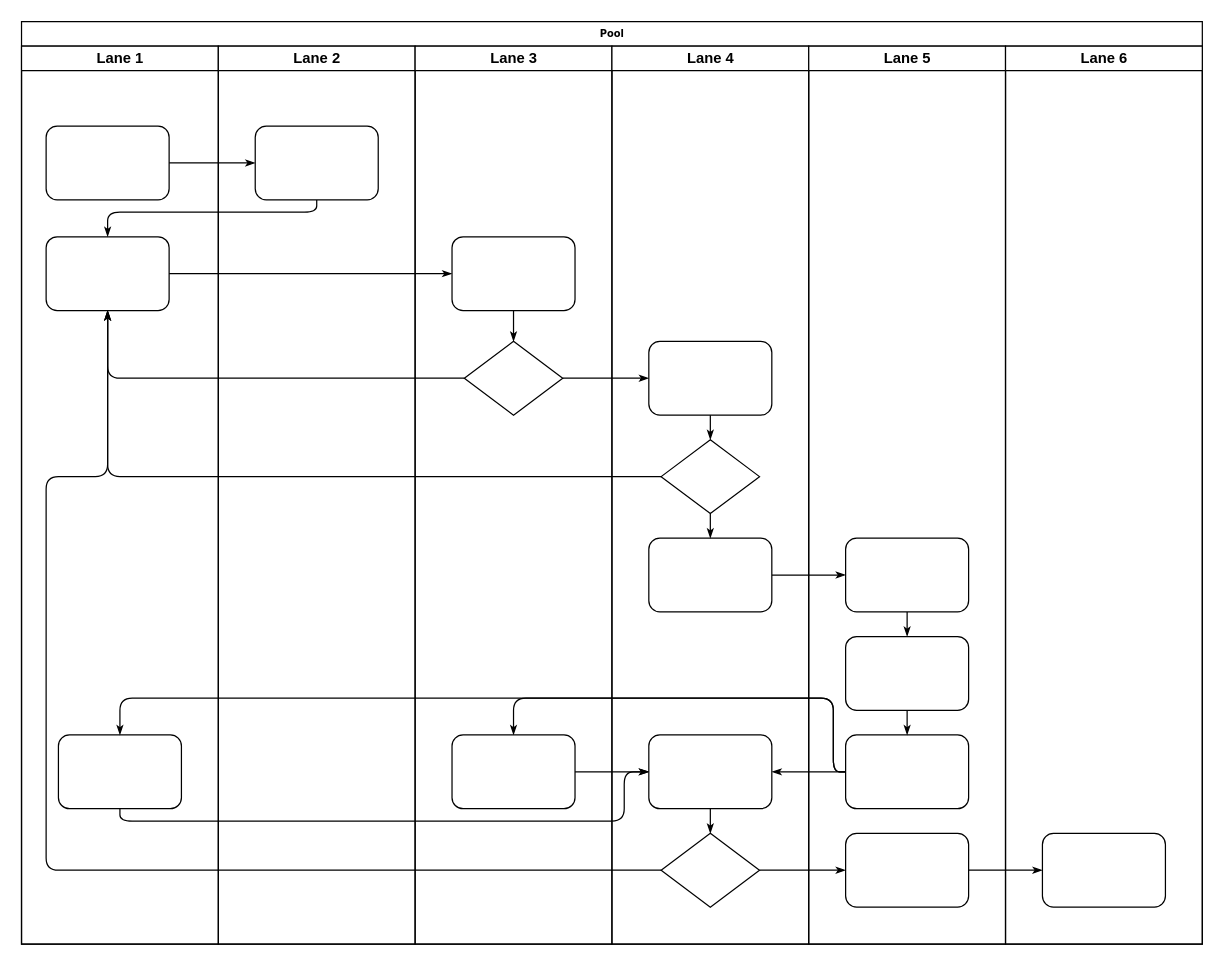
Above: Untitled Diagram.drawio in YJN0331/cocktail-recipe-moa (draw.io), before the change. Source tidied: cells renumbered, new cells numbered last; positions are measured from the earlier drawing's top-left corner, leaving out a move shared by most shapes. Both pictures are drawn from the tidied source at 123%, with x=0, y=0 at pixel (21, 21).
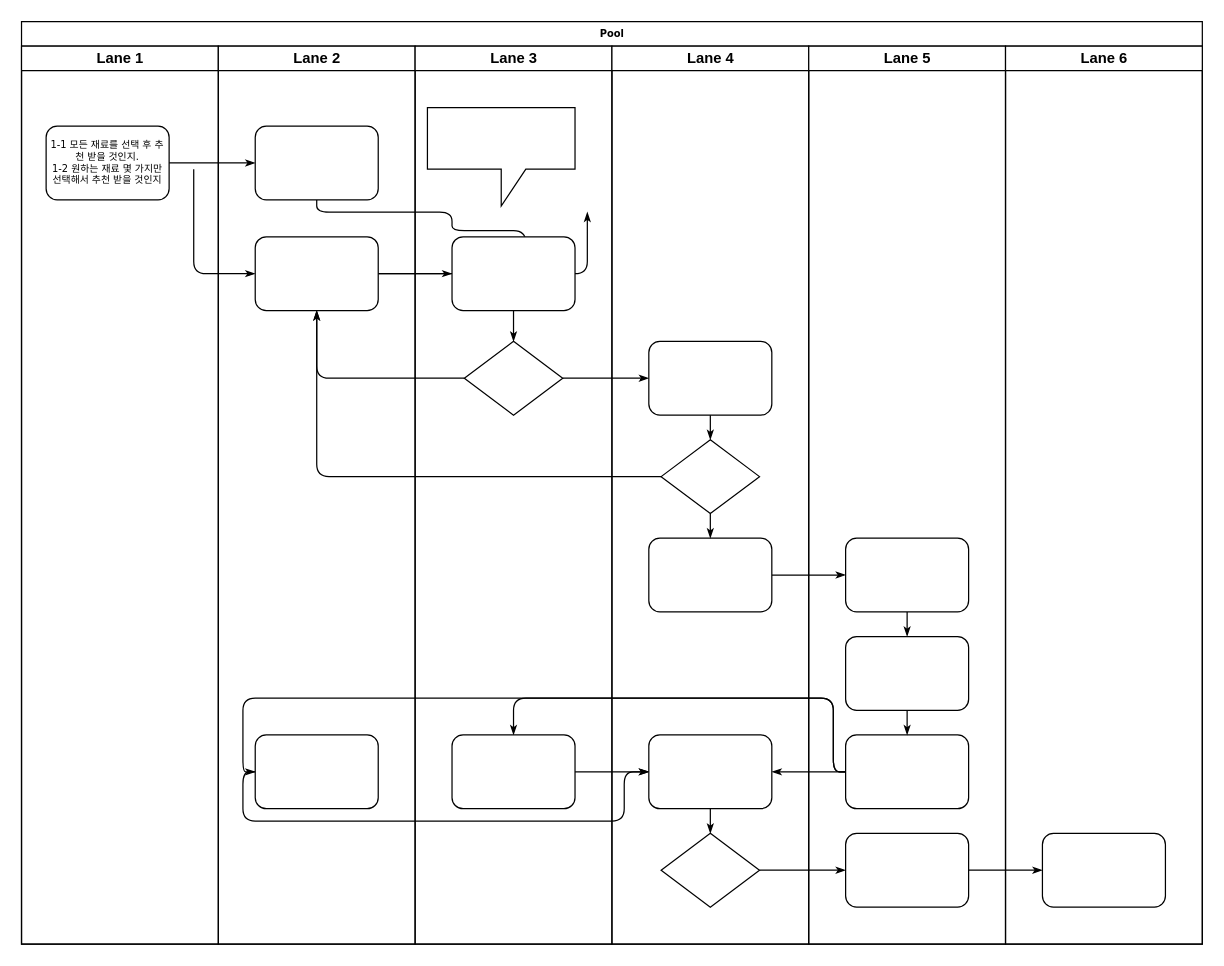
After the change.

The change refers to these unchanged cells:
```xml
<mxCell id="2" value="Pool" style="swimlane;html=1;startSize=20;rounded=0;shadow=0;labelBackgroundColor=none;strokeWidth=1;fontFamily=Verdana;fontSize=8;align=center;" parent="1" vertex="1">
  <mxGeometry width="960" height="750" as="geometry" />
</mxCell>
<mxCell id="3" value="Lane 1" style="swimlane;html=1;startSize=20;" parent="2" vertex="1">
  <mxGeometry y="20" width="160" height="730" as="geometry" />
</mxCell>
<mxCell id="22" value="Lane 2" style="swimlane;html=1;startSize=20;" parent="2" vertex="1">
  <mxGeometry x="160" y="20" width="160" height="730" as="geometry" />
</mxCell>
<mxCell id="23" style="rounded=1;whiteSpace=wrap;html=1;shadow=0;labelBackgroundColor=none;strokeWidth=1;fontFamily=Verdana;fontSize=8;align=center;" parent="22" vertex="1">
  <mxGeometry x="30" y="65" width="100" height="60" as="geometry" />
</mxCell>
<mxCell id="24" value="Lane 3" style="swimlane;html=1;startSize=20;" parent="2" vertex="1">
  <mxGeometry x="320" y="20" width="160" height="730" as="geometry" />
</mxCell>
<mxCell id="33" style="rounded=1;whiteSpace=wrap;html=1;shadow=0;labelBackgroundColor=none;strokeWidth=1;fontFamily=Verdana;fontSize=8;align=center;" parent="29" vertex="1">
  <mxGeometry x="30" y="560" width="100" height="60" as="geometry" />
</mxCell>
<mxCell id="34" style="rhombus;whiteSpace=wrap;html=1;rounded=0;shadow=0;labelBackgroundColor=none;strokeWidth=1;fontFamily=Verdana;fontSize=8;align=center;" parent="29" vertex="1">
  <mxGeometry x="40" y="640" width="80" height="60" as="geometry" />
</mxCell>
<mxCell id="41" style="rounded=1;whiteSpace=wrap;html=1;shadow=0;labelBackgroundColor=none;strokeWidth=1;fontFamily=Verdana;fontSize=8;align=center;" parent="38" vertex="1">
  <mxGeometry x="30" y="560" width="100" height="60" as="geometry" />
</mxCell>
```

What changed in the source:
```diff
@@
-    <mxCell id="4" style="rounded=1;whiteSpace=wrap;html=1;shadow=0;labelBackgroundColor=none;strokeWidth=1;fontFamily=Verdana;fontSize=8;align=center;" parent="3" vertex="1">
+    <mxCell id="4" value="1-1 모든 재료를 선택 후 추천 받을 것인지.&lt;br&gt;1-2 원하는 재료 몇 가지만 선택해서 추천 받을 것인지" style="rounded=1;whiteSpace=wrap;html=1;shadow=0;labelBackgroundColor=none;strokeWidth=1;fontFamily=Verdana;fontSize=8;align=center;" parent="3" vertex="1">
       <mxGeometry x="20" y="65" width="100" height="60" as="geometry" />
     </mxCell>
-    <mxCell id="5" style="rounded=1;whiteSpace=wrap;html=1;shadow=0;labelBackgroundColor=none;strokeWidth=1;fontFamily=Verdana;fontSize=8;align=center;" parent="3" vertex="1">
-      <mxGeometry x="20" y="155" width="100" height="60" as="geometry" />
-    </mxCell>
-    <mxCell id="6" style="rounded=1;whiteSpace=wrap;html=1;shadow=0;labelBackgroundColor=none;strokeWidth=1;fontFamily=Verdana;fontSize=8;align=center;" parent="3" vertex="1">
-      <mxGeometry x="30" y="560" width="100" height="60" as="geometry" />
-    </mxCell>
@@
-    <mxCell id="8" style="edgeStyle=orthogonalEdgeStyle;rounded=1;html=1;labelBackgroundColor=none;startArrow=none;startFill=0;startSize=5;endArrow=classicThin;endFill=1;endSize=5;jettySize=auto;strokeWidth=1;fontFamily=Verdana;fontSize=8;" parent="2" edge="1" source="23" target="5">
-      <mxGeometry relative="1" as="geometry">
-        <Array as="points">
-          <mxPoint x="240" y="155" />
-          <mxPoint x="70" y="155" />
-        </Array>
-      </mxGeometry>
-    </mxCell>
@@
-    <mxCell id="12" style="edgeStyle=orthogonalEdgeStyle;rounded=1;html=1;labelBackgroundColor=none;startArrow=none;startFill=0;startSize=5;endArrow=classicThin;endFill=1;endSize=5;jettySize=auto;strokeWidth=1;fontFamily=Verdana;fontSize=8;" parent="2" edge="1" source="34" target="5">
+    <mxCell id="12" style="edgeStyle=orthogonalEdgeStyle;rounded=1;html=1;labelBackgroundColor=none;startArrow=none;startFill=0;startSize=5;endArrow=classicThin;endFill=1;endSize=5;jettySize=auto;strokeWidth=1;fontFamily=Verdana;fontSize=8;" parent="2" edge="1" target="5">
       <mxGeometry relative="1" as="geometry">
+        <mxPoint x="140" y="120" as="sourcePoint" />
         <Array as="points">
-          <mxPoint x="20" y="690" />
-          <mxPoint x="20" y="370" />
-          <mxPoint x="70" y="370" />
+          <mxPoint x="140" y="130" />
+          <mxPoint x="140" y="205" />
         </Array>
       </mxGeometry>
     </mxCell>
@@
     <mxCell id="19" style="edgeStyle=orthogonalEdgeStyle;rounded=1;html=1;labelBackgroundColor=none;startArrow=none;startFill=0;startSize=5;endArrow=classicThin;endFill=1;endSize=5;jettySize=auto;strokeWidth=1;fontFamily=Verdana;fontSize=8;" parent="2" edge="1" source="41" target="6">
       <mxGeometry relative="1" as="geometry">
         <Array as="points">
           <mxPoint x="660" y="610" />
           <mxPoint x="660" y="550" />
-          <mxPoint x="80" y="550" />
+          <mxPoint x="180" y="550" />
+          <mxPoint x="180" y="610" />
         </Array>
       </mxGeometry>
     </mxCell>
     <mxCell id="20" style="edgeStyle=orthogonalEdgeStyle;rounded=1;html=1;labelBackgroundColor=none;startArrow=none;startFill=0;startSize=5;endArrow=classicThin;endFill=1;endSize=5;jettySize=auto;strokeWidth=1;fontFamily=Verdana;fontSize=8;" parent="2" edge="1" source="6" target="33">
       <mxGeometry relative="1" as="geometry">
         <Array as="points">
-          <mxPoint x="80" y="650" />
+          <mxPoint x="180" y="610" />
+          <mxPoint x="180" y="650" />
           <mxPoint x="490" y="650" />
           <mxPoint x="490" y="610" />
         </Array>
       </mxGeometry>
     </mxCell>
@@
+    <mxCell id="6" style="rounded=1;whiteSpace=wrap;html=1;shadow=0;labelBackgroundColor=none;strokeWidth=1;fontFamily=Verdana;fontSize=8;align=center;" parent="22" vertex="1">
+      <mxGeometry x="30" y="560" width="100" height="60" as="geometry" />
+    </mxCell>
+    <mxCell id="47" style="edgeStyle=orthogonalEdgeStyle;rounded=0;jettySize=auto;html=1;" parent="22" edge="1" source="5">
+      <mxGeometry relative="1" as="geometry">
+        <mxPoint x="210" y="185" as="targetPoint" />
+      </mxGeometry>
+    </mxCell>
+    <mxCell id="5" style="rounded=1;whiteSpace=wrap;html=1;shadow=0;labelBackgroundColor=none;strokeWidth=1;fontFamily=Verdana;fontSize=8;align=center;" parent="22" vertex="1">
+      <mxGeometry x="30" y="155" width="100" height="60" as="geometry" />
+    </mxCell>
+    <mxCell id="8" style="edgeStyle=orthogonalEdgeStyle;rounded=1;html=1;labelBackgroundColor=none;startArrow=none;startFill=0;startSize=5;endArrow=classicThin;endFill=1;endSize=5;jettySize=auto;strokeWidth=1;fontFamily=Verdana;fontSize=8;" parent="22" edge="1" source="23">
+      <mxGeometry relative="1" as="geometry">
+        <mxPoint x="300" y="135" as="targetPoint" />
+        <Array as="points">
+          <mxPoint x="80" y="135" />
+          <mxPoint x="190" y="135" />
+          <mxPoint x="190" y="150" />
+          <mxPoint x="250" y="150" />
+          <mxPoint x="250" y="185" />
+        </Array>
+      </mxGeometry>
+    </mxCell>
@@
+    <mxCell id="48" style="shape=callout;whiteSpace=wrap;html=1;perimeter=calloutPerimeter;" parent="24" vertex="1">
+      <mxGeometry x="10" y="50" width="120" height="80" as="geometry" />
+    </mxCell>
```
